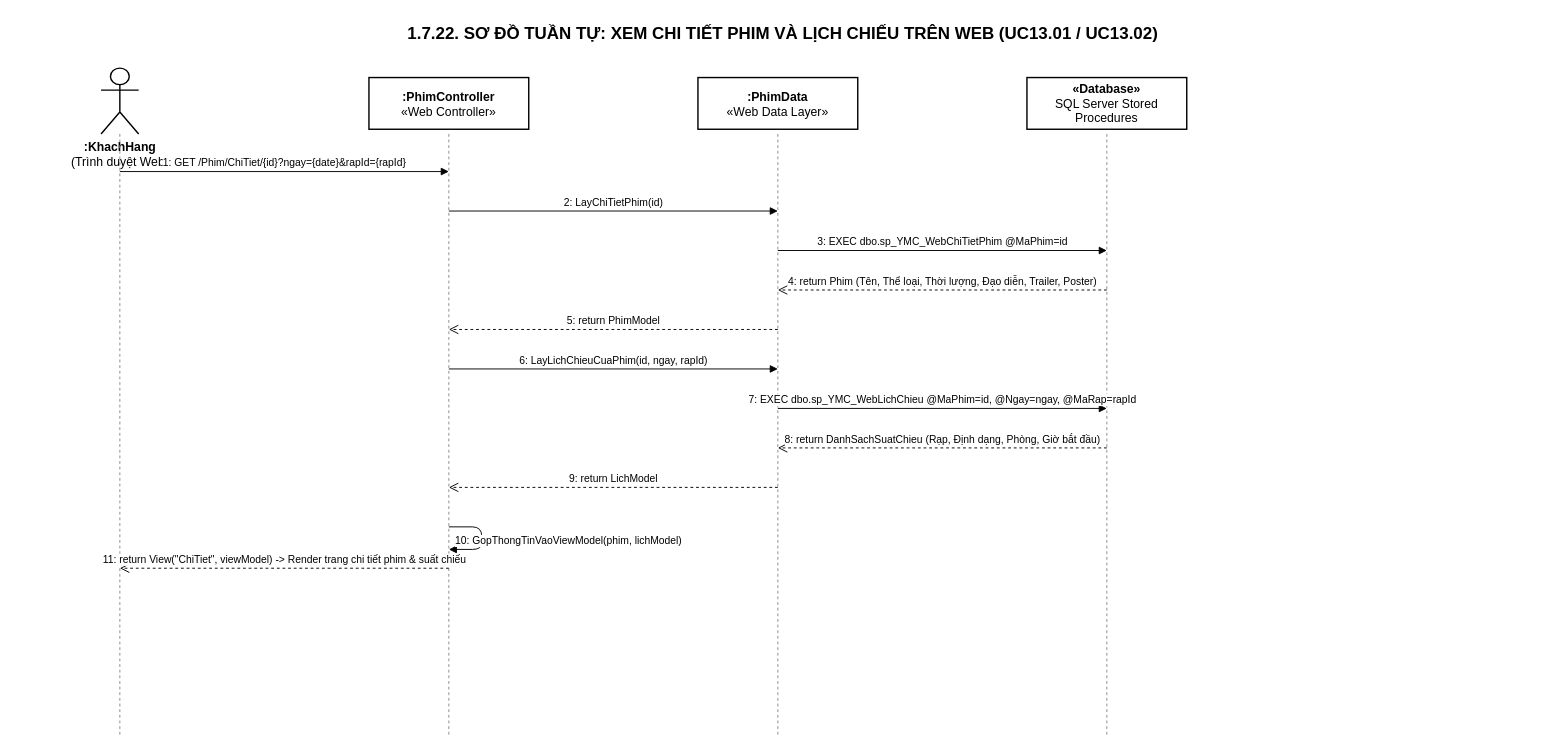
Earlier version of the draw.io diagram Docs/Diagrams/23-Sequence-22-XemChiTietPhimLichWeb.drawio (ThanhDat-png/YeuMinhEmCinema). Source tidied: cells renumbered, new cells numbered last; positions are measured from the earlier drawing's top-left corner, leaving out a move shared by most shapes. Both pictures are drawn from the tidied source at 94%, with x=0, y=0 at pixel (16, 16).
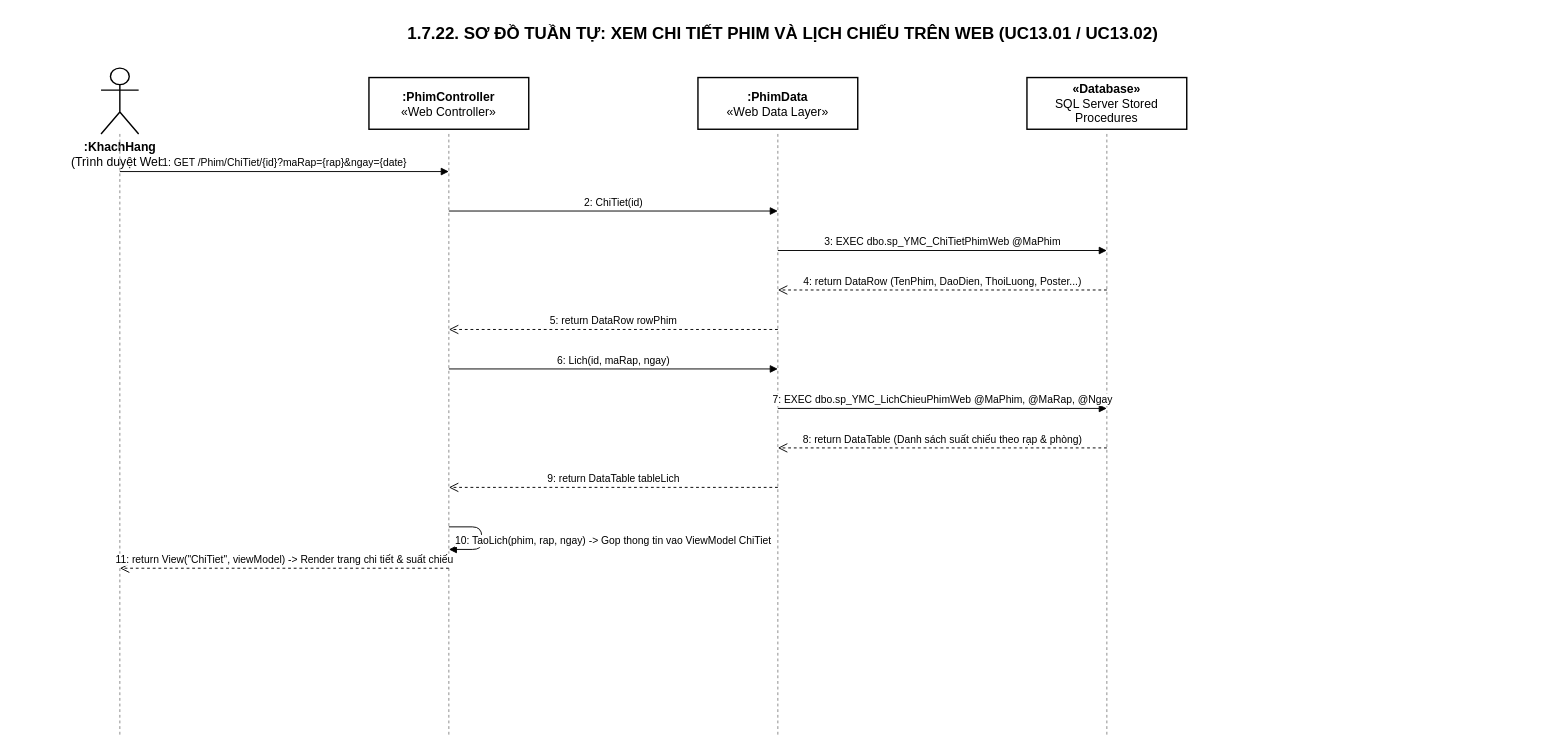
Above is the later version.

The edit, as a diff of the source:
```diff
@@
-    <mxCell id="11" value="1: GET /Phim/ChiTiet/{id}?ngay={date}&amp;rapId={rapId}" style="html=1;verticalAlign=bottom;endArrow=block;strokeColor=#000000;fontFamily=Arial;fontSize=11;fontColor=#000000;" parent="1" edge="1">
+    <mxCell id="11" value="1: GET /Phim/ChiTiet/{id}?maRap={rap}&amp;ngay={date}" style="html=1;verticalAlign=bottom;endArrow=block;strokeColor=#000000;fontFamily=Arial;fontSize=11;fontColor=#000000;" parent="1" edge="1">
       <mxGeometry relative="1" as="geometry">
         <mxPoint x="110" y="165" as="sourcePoint" />
         <mxPoint x="460" y="165" as="targetPoint" />
       </mxGeometry>
     </mxCell>
-    <mxCell id="12" value="2: LayChiTietPhim(id)" style="html=1;verticalAlign=bottom;endArrow=block;strokeColor=#000000;fontFamily=Arial;fontSize=11;fontColor=#000000;" parent="1" edge="1">
+    <mxCell id="12" value="2: ChiTiet(id)" style="html=1;verticalAlign=bottom;endArrow=block;strokeColor=#000000;fontFamily=Arial;fontSize=11;fontColor=#000000;" parent="1" edge="1">
       <mxGeometry relative="1" as="geometry">
         <mxPoint x="460" y="207" as="sourcePoint" />
         <mxPoint x="810" y="207" as="targetPoint" />
       </mxGeometry>
     </mxCell>
-    <mxCell id="13" value="3: EXEC dbo.sp_YMC_WebChiTietPhim @MaPhim=id" style="html=1;verticalAlign=bottom;endArrow=block;strokeColor=#000000;fontFamily=Arial;fontSize=11;fontColor=#000000;" parent="1" edge="1">
+    <mxCell id="13" value="3: EXEC dbo.sp_YMC_ChiTietPhimWeb @MaPhim" style="html=1;verticalAlign=bottom;endArrow=block;strokeColor=#000000;fontFamily=Arial;fontSize=11;fontColor=#000000;" parent="1" edge="1">
       <mxGeometry relative="1" as="geometry">
         <mxPoint x="810" y="249" as="sourcePoint" />
         <mxPoint x="1160" y="249" as="targetPoint" />
       </mxGeometry>
     </mxCell>
-    <mxCell id="14" value="4: return Phim (Tên, Thể loại, Thời lượng, Đạo diễn, Trailer, Poster)" style="html=1;verticalAlign=bottom;endArrow=open;dashed=1;endSize=8;strokeColor=#000000;fontFamily=Arial;fontSize=11;fontColor=#000000;" parent="1" edge="1">
+    <mxCell id="14" value="4: return DataRow (TenPhim, DaoDien, ThoiLuong, Poster...)" style="html=1;verticalAlign=bottom;endArrow=open;dashed=1;endSize=8;strokeColor=#000000;fontFamily=Arial;fontSize=11;fontColor=#000000;" parent="1" edge="1">
       <mxGeometry relative="1" as="geometry">
         <mxPoint x="1160" y="291" as="sourcePoint" />
         <mxPoint x="810" y="291" as="targetPoint" />
       </mxGeometry>
     </mxCell>
-    <mxCell id="15" value="5: return PhimModel" style="html=1;verticalAlign=bottom;endArrow=open;dashed=1;endSize=8;strokeColor=#000000;fontFamily=Arial;fontSize=11;fontColor=#000000;" parent="1" edge="1">
+    <mxCell id="15" value="5: return DataRow rowPhim" style="html=1;verticalAlign=bottom;endArrow=open;dashed=1;endSize=8;strokeColor=#000000;fontFamily=Arial;fontSize=11;fontColor=#000000;" parent="1" edge="1">
       <mxGeometry relative="1" as="geometry">
         <mxPoint x="810" y="333" as="sourcePoint" />
         <mxPoint x="460" y="333" as="targetPoint" />
       </mxGeometry>
     </mxCell>
-    <mxCell id="16" value="6: LayLichChieuCuaPhim(id, ngay, rapId)" style="html=1;verticalAlign=bottom;endArrow=block;strokeColor=#000000;fontFamily=Arial;fontSize=11;fontColor=#000000;" parent="1" edge="1">
+    <mxCell id="16" value="6: Lich(id, maRap, ngay)" style="html=1;verticalAlign=bottom;endArrow=block;strokeColor=#000000;fontFamily=Arial;fontSize=11;fontColor=#000000;" parent="1" edge="1">
       <mxGeometry relative="1" as="geometry">
         <mxPoint x="460" y="375" as="sourcePoint" />
         <mxPoint x="810" y="375" as="targetPoint" />
       </mxGeometry>
     </mxCell>
-    <mxCell id="17" value="7: EXEC dbo.sp_YMC_WebLichChieu @MaPhim=id, @Ngay=ngay, @MaRap=rapId" style="html=1;verticalAlign=bottom;endArrow=block;strokeColor=#000000;fontFamily=Arial;fontSize=11;fontColor=#000000;" parent="1" edge="1">
+    <mxCell id="17" value="7: EXEC dbo.sp_YMC_LichChieuPhimWeb @MaPhim, @MaRap, @Ngay" style="html=1;verticalAlign=bottom;endArrow=block;strokeColor=#000000;fontFamily=Arial;fontSize=11;fontColor=#000000;" parent="1" edge="1">
       <mxGeometry relative="1" as="geometry">
         <mxPoint x="810" y="417" as="sourcePoint" />
         <mxPoint x="1160" y="417" as="targetPoint" />
       </mxGeometry>
     </mxCell>
-    <mxCell id="18" value="8: return DanhSachSuatChieu (Rạp, Định dạng, Phòng, Giờ bắt đầu)" style="html=1;verticalAlign=bottom;endArrow=open;dashed=1;endSize=8;strokeColor=#000000;fontFamily=Arial;fontSize=11;fontColor=#000000;" parent="1" edge="1">
+    <mxCell id="18" value="8: return DataTable (Danh sách suất chiếu theo rạp &amp; phòng)" style="html=1;verticalAlign=bottom;endArrow=open;dashed=1;endSize=8;strokeColor=#000000;fontFamily=Arial;fontSize=11;fontColor=#000000;" parent="1" edge="1">
       <mxGeometry relative="1" as="geometry">
         <mxPoint x="1160" y="459" as="sourcePoint" />
         <mxPoint x="810" y="459" as="targetPoint" />
       </mxGeometry>
     </mxCell>
-    <mxCell id="19" value="9: return LichModel" style="html=1;verticalAlign=bottom;endArrow=open;dashed=1;endSize=8;strokeColor=#000000;fontFamily=Arial;fontSize=11;fontColor=#000000;" parent="1" edge="1">
+    <mxCell id="19" value="9: return DataTable tableLich" style="html=1;verticalAlign=bottom;endArrow=open;dashed=1;endSize=8;strokeColor=#000000;fontFamily=Arial;fontSize=11;fontColor=#000000;" parent="1" edge="1">
       <mxGeometry relative="1" as="geometry">
         <mxPoint x="810" y="501" as="sourcePoint" />
         <mxPoint x="460" y="501" as="targetPoint" />
       </mxGeometry>
     </mxCell>
-    <mxCell id="20" value="10: GopThongTinVaoViewModel(phim, lichModel)" style="edgeStyle=orthogonalEdgeStyle;html=1;align=left;spacingLeft=5;verticalAlign=bottom;endArrow=block;strokeColor=#000000;fontFamily=Arial;fontSize=11;fontColor=#000000;" parent="1" edge="1">
+    <mxCell id="20" value="10: TaoLich(phim, rap, ngay) -&gt; Gop thong tin vao ViewModel ChiTiet" style="edgeStyle=orthogonalEdgeStyle;html=1;align=left;spacingLeft=5;verticalAlign=bottom;endArrow=block;strokeColor=#000000;fontFamily=Arial;fontSize=11;fontColor=#000000;" parent="1" edge="1">
       <mxGeometry x="1" relative="1" as="geometry">
         <mxPoint x="460" y="543" as="sourcePoint" />
         <mxPoint x="460" y="567" as="targetPoint" />
         <Array as="points">
           <mxPoint x="495" y="543" />
           <mxPoint x="495" y="567" />
         </Array>
       </mxGeometry>
     </mxCell>
-    <mxCell id="21" value="11: return View(&quot;ChiTiet&quot;, viewModel) -&gt; Render trang chi tiết phim &amp; suất chiếu" style="html=1;verticalAlign=bottom;endArrow=open;dashed=1;endSize=8;strokeColor=#000000;fontFamily=Arial;fontSize=11;fontColor=#000000;" parent="1" edge="1">
+    <mxCell id="21" value="11: return View(&quot;ChiTiet&quot;, viewModel) -&gt; Render trang chi tiết &amp; suất chiếu" style="html=1;verticalAlign=bottom;endArrow=open;dashed=1;endSize=8;strokeColor=#000000;fontFamily=Arial;fontSize=11;fontColor=#000000;" parent="1" edge="1">
       <mxGeometry relative="1" as="geometry">
         <mxPoint x="460" y="587" as="sourcePoint" />
         <mxPoint x="110" y="587" as="targetPoint" />
       </mxGeometry>
     </mxCell>
```
